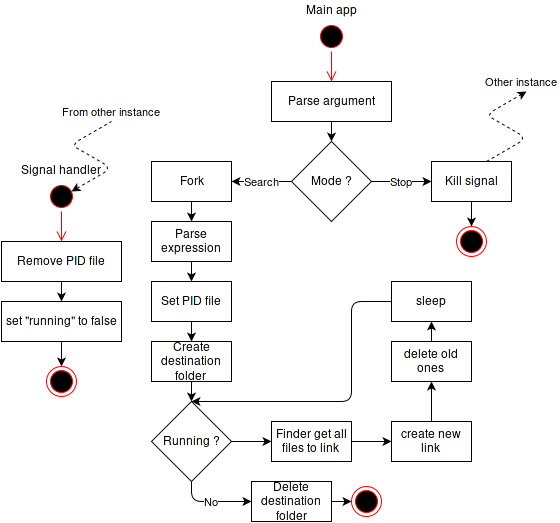
Before: report/img/flow.png, a diagram exported from draw.io (claudiosousa/hepia-projects-smart-folder). Source tidied: cells renumbered, new cells last; positions are measured from the earlier drawing's top-left corner, leaving out a move shared by most shapes.
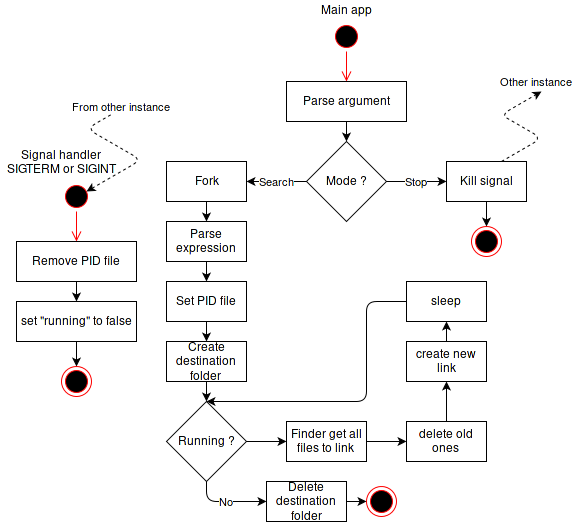
After the commit.

Commit message:
Flow text + implementation text

The edit, as a diff of the source:
```diff
@@ -44,8 +44,8 @@
     <mxCell id="15" value="Main app&lt;br&gt;" style="text;html=1;align=center;verticalAlign=top;spacingTop=-4;" parent="1" vertex="1">
       <mxGeometry x="295" width="70" height="20" as="geometry" />
     </mxCell>
-    <mxCell id="16" value="Signal handler&lt;br&gt;" style="text;html=1;align=center;verticalAlign=top;spacingTop=-4;" parent="1" vertex="1">
-      <mxGeometry x="10" y="160" width="100" height="20" as="geometry" />
+    <mxCell id="16" value="Signal handler&lt;br&gt;SIGTERM or SIGINT&lt;br&gt;" style="text;html=1;align=center;verticalAlign=top;spacingTop=-4;" parent="1" vertex="1">
+      <mxGeometry x="-15" y="145" width="120" height="30" as="geometry" />
     </mxCell>
     <mxCell id="17" value="Remove PID file&lt;br&gt;" style="whiteSpace=wrap;html=1;" parent="1" vertex="1">
       <mxGeometry y="240" width="120" height="40" as="geometry" />
@@ -101,7 +101,7 @@
     <mxCell id="34" value="Finder get all files to link&lt;br&gt;" style="whiteSpace=wrap;html=1;" parent="1" vertex="1">
       <mxGeometry x="270" y="420" width="80" height="40" as="geometry" />
     </mxCell>
-    <mxCell id="35" value="create new link&lt;br&gt;" style="whiteSpace=wrap;html=1;" parent="1" vertex="1">
+    <mxCell id="35" value="delete old ones&lt;br&gt;" style="whiteSpace=wrap;html=1;" parent="1" vertex="1">
       <mxGeometry x="390" y="420" width="80" height="40" as="geometry" />
     </mxCell>
     <mxCell id="36" style="endArrow=classic;html=1;exitX=1;exitY=0.5;exitPerimeter=0;entryX=0;entryY=0.5;" parent="1" edge="1" source="27" target="34">
@@ -124,7 +124,7 @@
         </Array>
       </mxGeometry>
     </mxCell>
-    <mxCell id="41" value="delete old ones&lt;br&gt;" style="whiteSpace=wrap;html=1;" parent="1" vertex="1">
+    <mxCell id="41" value="create new link" style="whiteSpace=wrap;html=1;" parent="1" vertex="1">
       <mxGeometry x="390" y="340" width="80" height="40" as="geometry" />
     </mxCell>
     <mxCell id="42" style="endArrow=classic;html=1;exitX=0.5;exitY=0;entryX=0.5;entryY=1;" parent="1" edge="1" source="35" target="41">
@@ -139,7 +139,10 @@
     <mxCell id="44" value="From other instance&lt;br&gt;" style="edgeStyle=isometricEdgeStyle;endArrow=none;html=1;dashed=1;endFill=0;elbow=horizontal;startArrow=classic;startFill=1;" parent="1" edge="1">
       <mxGeometry as="geometry">
         <mxPoint x="70" y="190" as="sourcePoint" />
-        <mxPoint x="110" y="120" as="targetPoint" />
+        <mxPoint x="100" y="110" as="targetPoint" />
+        <Array as="points">
+          <mxPoint x="110" y="150" />
+        </Array>
         <mxPoint x="20" y="-45" as="offset" />
       </mxGeometry>
     </mxCell>
```
